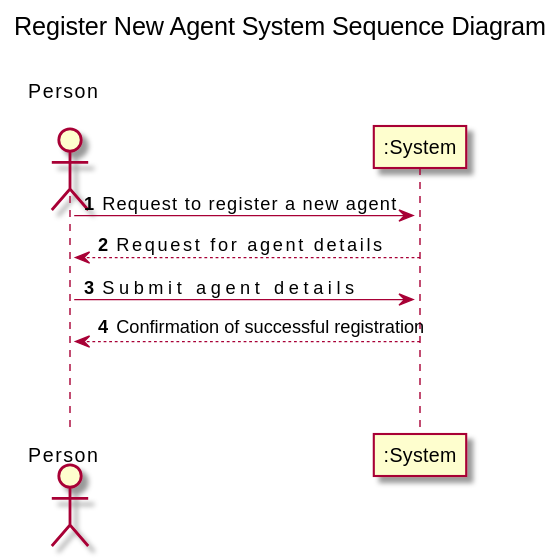
goncalomaia18/leti-esoft-24-25-A2 keeps this PlantUML diagram as docs/Sprint2/US11/US11-SSD.svg. Above is the earlier version. Its source is kept beside it as docs/Sprint2/US11/US11-SSD.puml.
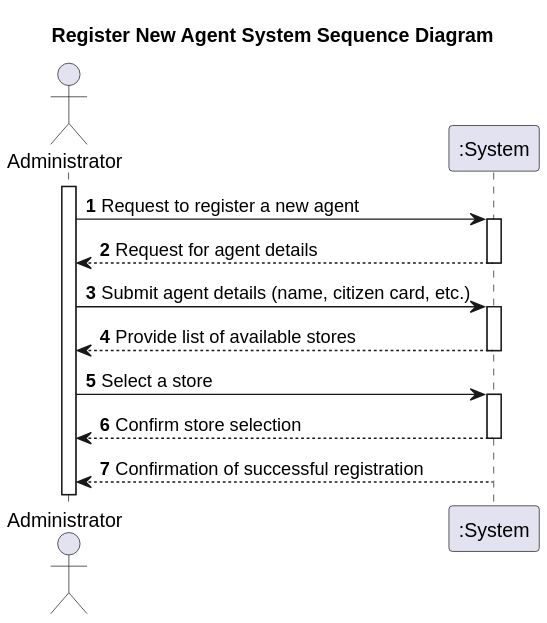
After the change.

Change to the diagram source:
```diff
@@ -14,6 +14,11 @@
 System --> Person: Request for agent details
 
 Person -> System: Submit agent details (name, citizen card, etc.)
+System --> Person: Provide list of available stores
+
+Person -> System: Select a store
+System --> Person: Confirm store selection
+
 System --> Person: Confirmation of successful registration
 
 @enduml
```
